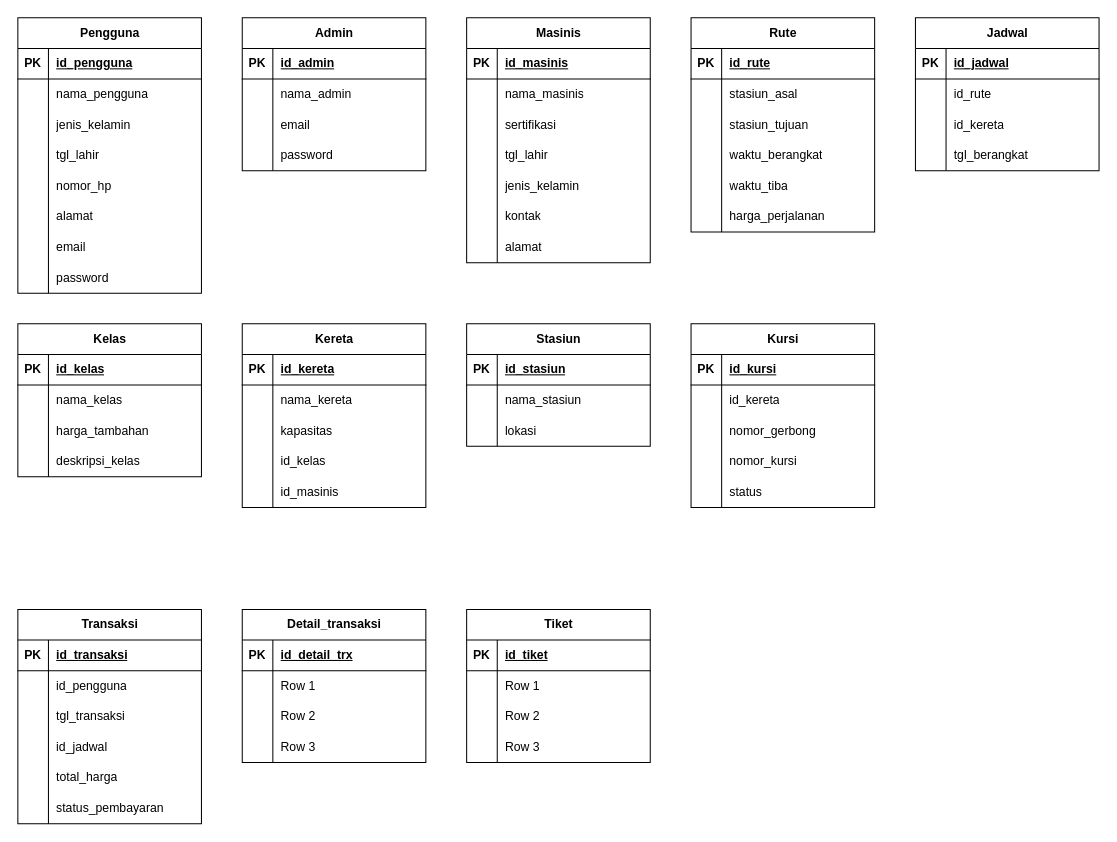
Earlier version of the draw.io diagram page "PDM" (2 of 2) of PraktikumBasis_Modul5.drawio (elikawicaksana/BuildIT_BasisData). Source tidied: cells renumbered, new cells numbered last; positions are measured from the earlier drawing's top-left corner, leaving out a move shared by most shapes. Both pictures are drawn from the tidied source at 102%, with x=0, y=0 at pixel (17, 17).
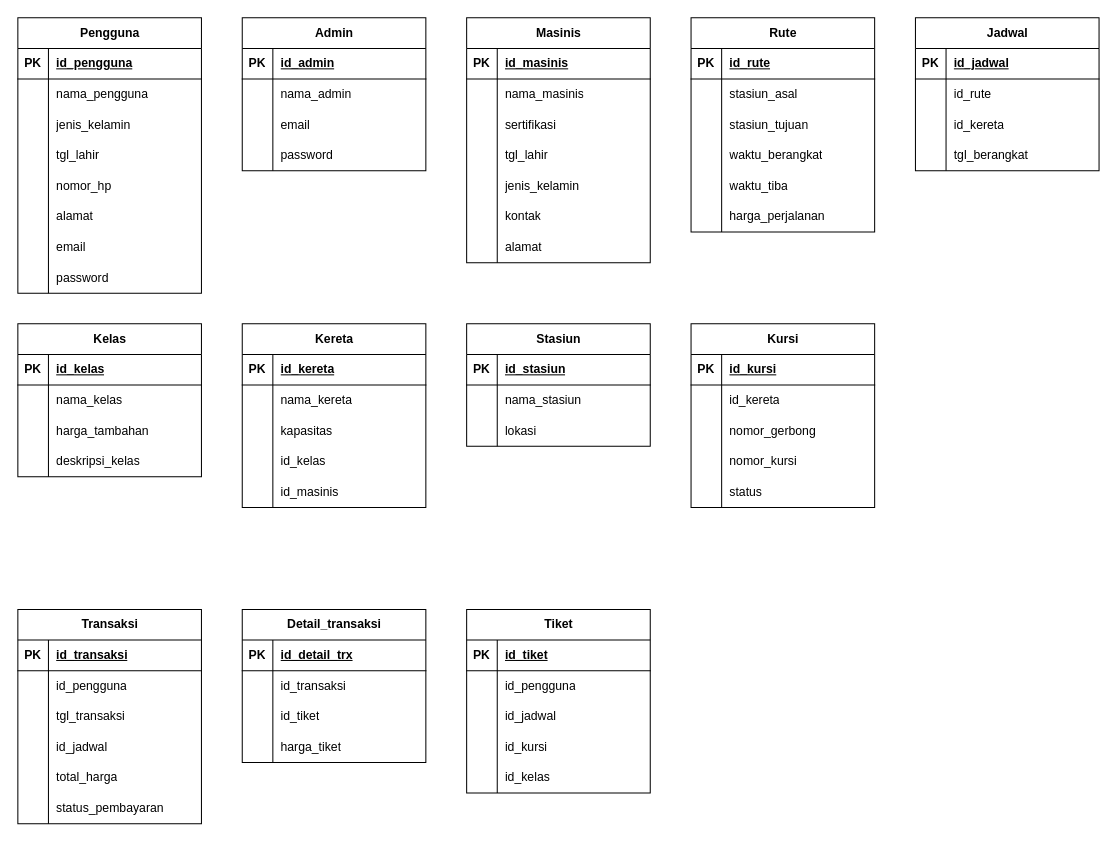
After the change.

Unchanged cells that the change refers to:
```xml
<mxCell id="159" style="shape=tableRow;horizontal=0;startSize=0;swimlaneHead=0;swimlaneBody=0;fillColor=none;top=0;left=0;right=0;bottom=0;" parent="155" vertex="1">
  <mxGeometry y="60" width="180" height="30" as="geometry" />
</mxCell>
<mxCell id="162" style="shape=tableRow;horizontal=0;startSize=0;swimlaneHead=0;swimlaneBody=0;fillColor=none;top=0;left=0;right=0;bottom=0;" parent="155" vertex="1">
  <mxGeometry y="90" width="180" height="30" as="geometry" />
</mxCell>
<mxCell id="165" style="shape=tableRow;horizontal=0;startSize=0;swimlaneHead=0;swimlaneBody=0;fillColor=none;top=0;left=0;right=0;bottom=0;" parent="155" vertex="1">
  <mxGeometry y="120" width="180" height="30" as="geometry" />
</mxCell>
<mxCell id="172" style="shape=tableRow;horizontal=0;startSize=0;swimlaneHead=0;swimlaneBody=0;fillColor=none;top=0;left=0;right=0;bottom=0;" parent="168" vertex="1">
  <mxGeometry y="60" width="180" height="30" as="geometry" />
</mxCell>
<mxCell id="175" style="shape=tableRow;horizontal=0;startSize=0;swimlaneHead=0;swimlaneBody=0;fillColor=none;top=0;left=0;right=0;bottom=0;" parent="168" vertex="1">
  <mxGeometry y="90" width="180" height="30" as="geometry" />
</mxCell>
<mxCell id="178" style="shape=tableRow;horizontal=0;startSize=0;swimlaneHead=0;swimlaneBody=0;fillColor=none;top=0;left=0;right=0;bottom=0;" parent="168" vertex="1">
  <mxGeometry y="120" width="180" height="30" as="geometry" />
</mxCell>
```

The edit, as a diff of the source:
```diff
@@
-    <mxCell id="161" value="Row 1" style="shape=partialRectangle;fillColor=none;top=0;left=0;bottom=0;right=0;align=left;spacingLeft=6;overflow=hidden;whiteSpace=wrap;html=1;" parent="159" vertex="1">
+    <mxCell id="161" value="id_transaksi" style="shape=partialRectangle;fillColor=none;top=0;left=0;bottom=0;right=0;align=left;spacingLeft=6;overflow=hidden;whiteSpace=wrap;html=1;" parent="159" vertex="1">
       <mxGeometry x="30" width="150" height="30" as="geometry" />
     </mxCell>
@@
-    <mxCell id="164" value="Row 2" style="shape=partialRectangle;fillColor=none;top=0;left=0;bottom=0;right=0;align=left;spacingLeft=6;overflow=hidden;whiteSpace=wrap;html=1;" parent="162" vertex="1">
+    <mxCell id="164" value="id_tiket" style="shape=partialRectangle;fillColor=none;top=0;left=0;bottom=0;right=0;align=left;spacingLeft=6;overflow=hidden;whiteSpace=wrap;html=1;" parent="162" vertex="1">
       <mxGeometry x="30" width="150" height="30" as="geometry" />
     </mxCell>
@@
-    <mxCell id="167" value="Row 3" style="shape=partialRectangle;fillColor=none;top=0;left=0;bottom=0;right=0;align=left;spacingLeft=6;overflow=hidden;whiteSpace=wrap;html=1;" parent="165" vertex="1">
+    <mxCell id="167" value="harga_tiket" style="shape=partialRectangle;fillColor=none;top=0;left=0;bottom=0;right=0;align=left;spacingLeft=6;overflow=hidden;whiteSpace=wrap;html=1;" parent="165" vertex="1">
       <mxGeometry x="30" width="150" height="30" as="geometry" />
     </mxCell>
     <mxCell id="168" value="Tiket" style="shape=table;startSize=30;childLayout=tableLayout;rowLines=0;fontStyle=1;align=center;html=1;" parent="1" vertex="1">
-      <mxGeometry x="440" y="580" width="180" height="150" as="geometry" />
+      <mxGeometry x="440" y="580" width="180" height="180" as="geometry" />
     </mxCell>
@@
-    <mxCell id="174" value="Row 1" style="shape=partialRectangle;fillColor=none;top=0;left=0;bottom=0;right=0;align=left;spacingLeft=6;overflow=hidden;whiteSpace=wrap;html=1;" parent="172" vertex="1">
+    <mxCell id="174" value="id_pengguna" style="shape=partialRectangle;fillColor=none;top=0;left=0;bottom=0;right=0;align=left;spacingLeft=6;overflow=hidden;whiteSpace=wrap;html=1;" parent="172" vertex="1">
       <mxGeometry x="30" width="150" height="30" as="geometry" />
     </mxCell>
@@
-    <mxCell id="177" value="Row 2" style="shape=partialRectangle;fillColor=none;top=0;left=0;bottom=0;right=0;align=left;spacingLeft=6;overflow=hidden;whiteSpace=wrap;html=1;" parent="175" vertex="1">
+    <mxCell id="177" value="id_jadwal" style="shape=partialRectangle;fillColor=none;top=0;left=0;bottom=0;right=0;align=left;spacingLeft=6;overflow=hidden;whiteSpace=wrap;html=1;" parent="175" vertex="1">
       <mxGeometry x="30" width="150" height="30" as="geometry" />
     </mxCell>
@@
-    <mxCell id="180" value="Row 3" style="shape=partialRectangle;fillColor=none;top=0;left=0;bottom=0;right=0;align=left;spacingLeft=6;overflow=hidden;whiteSpace=wrap;html=1;" parent="178" vertex="1">
+    <mxCell id="180" value="id_kursi" style="shape=partialRectangle;fillColor=none;top=0;left=0;bottom=0;right=0;align=left;spacingLeft=6;overflow=hidden;whiteSpace=wrap;html=1;" parent="178" vertex="1">
       <mxGeometry x="30" width="150" height="30" as="geometry" />
     </mxCell>
+    <mxCell id="194" style="shape=tableRow;horizontal=0;startSize=0;swimlaneHead=0;swimlaneBody=0;fillColor=none;top=0;left=0;right=0;bottom=0;" parent="168" vertex="1">
+      <mxGeometry y="150" width="180" height="30" as="geometry" />
+    </mxCell>
+    <mxCell id="195" style="shape=partialRectangle;fillColor=none;top=0;left=0;bottom=0;right=0;overflow=hidden;whiteSpace=wrap;html=1;" parent="194" vertex="1">
+      <mxGeometry width="30" height="30" as="geometry" />
+    </mxCell>
+    <mxCell id="196" value="id_kelas" style="shape=partialRectangle;fillColor=none;top=0;left=0;bottom=0;right=0;align=left;spacingLeft=6;overflow=hidden;whiteSpace=wrap;html=1;" parent="194" vertex="1">
+      <mxGeometry x="30" width="150" height="30" as="geometry" />
+    </mxCell>
```
